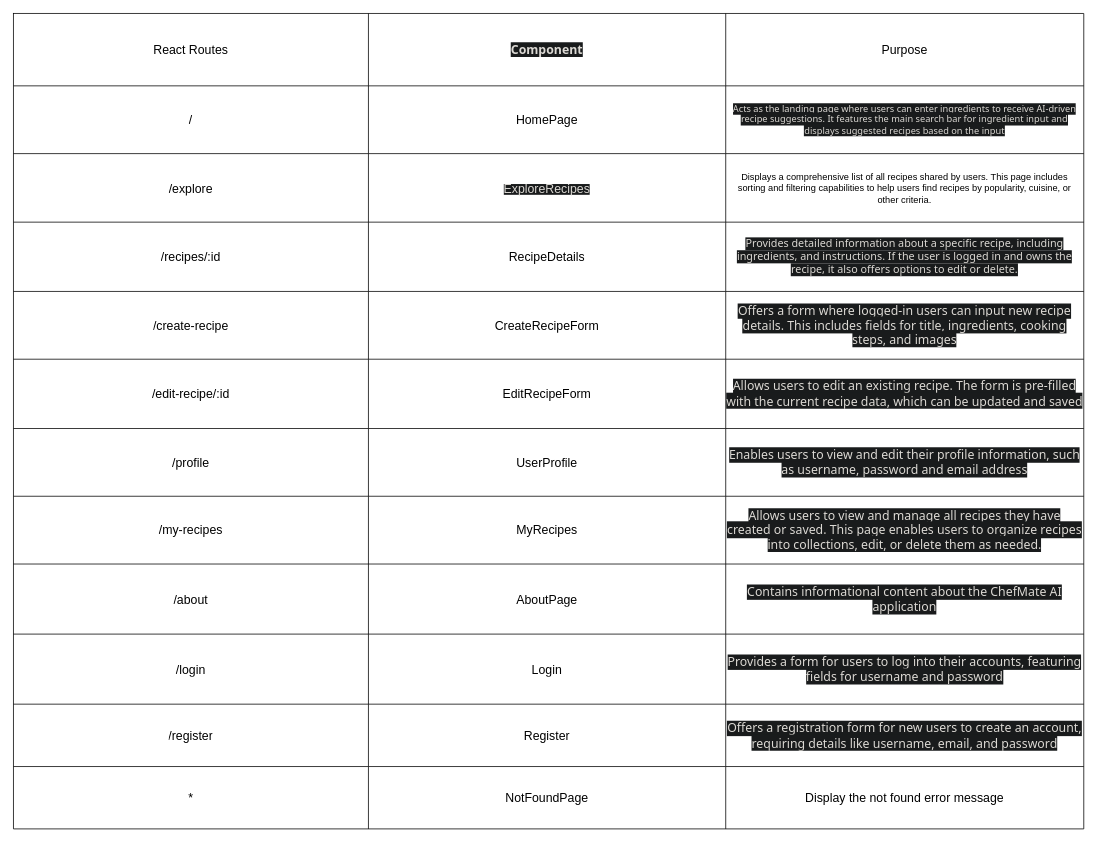
christopherthai/chefmate-ai keeps this draw.io diagram as planning/react-routes.drawio. Above is the earlier version. Source tidied: cells renumbered, new cells numbered last; positions are measured from the earlier drawing's top-left corner, leaving out a move shared by most shapes. Both pictures are drawn from the tidied source at 77%, with x=0, y=0 at pixel (13, 13).
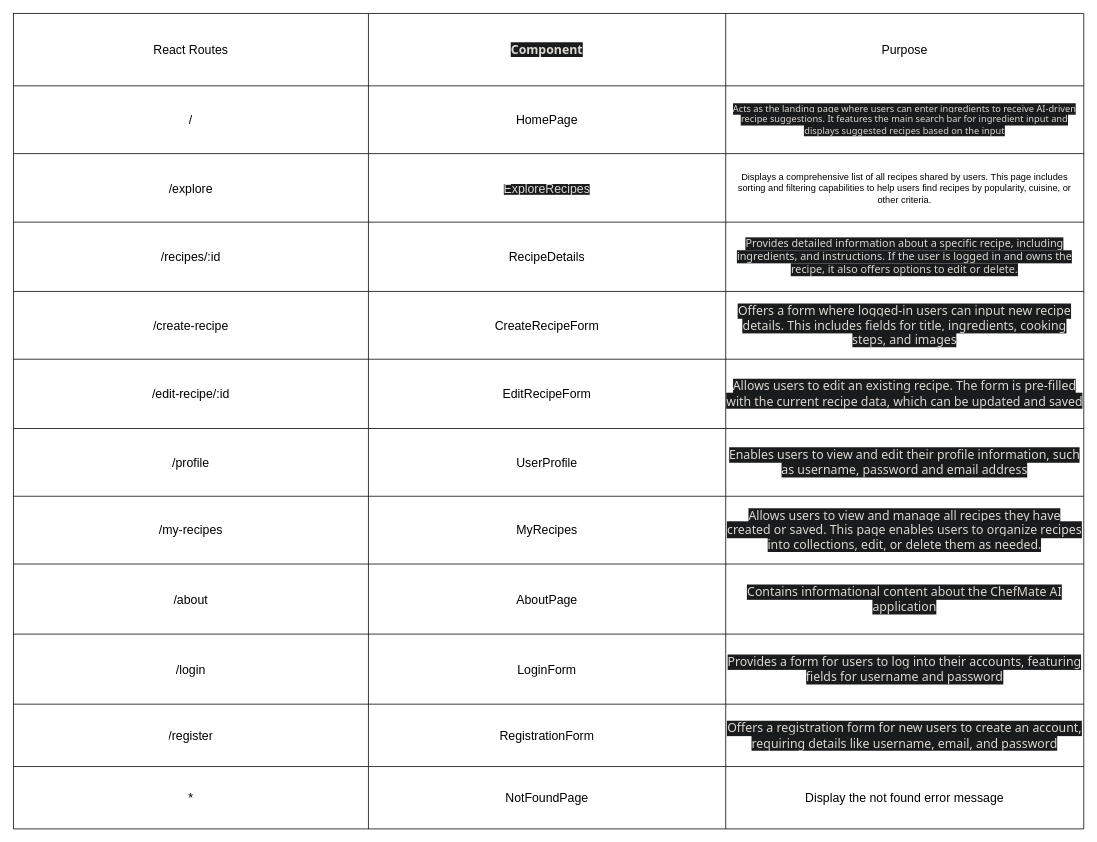
The same page after the edit.

The change refers to these unchanged cells:
```xml
<mxCell id="39" style="shape=tableRow;horizontal=0;startSize=0;swimlaneHead=0;swimlaneBody=0;top=0;left=0;bottom=0;right=0;fillColor=none;" parent="2" vertex="1">
  <mxGeometry y="806" width="1390" height="91" as="geometry" />
</mxCell>
<mxCell id="43" style="shape=tableRow;horizontal=0;startSize=0;swimlaneHead=0;swimlaneBody=0;top=0;left=0;bottom=0;right=0;fillColor=none;" parent="2" vertex="1">
  <mxGeometry y="897" width="1390" height="81" as="geometry" />
</mxCell>
```

The edit, as a diff of the source:
```diff
@@
-    <mxCell id="41" value="&lt;font style=&quot;font-size: 16px;&quot;&gt;Login&lt;/font&gt;" style="shape=partialRectangle;html=1;whiteSpace=wrap;fillColor=none;top=0;left=0;bottom=0;right=0;overflow=hidden;" parent="39" vertex="1">
+    <mxCell id="41" value="&lt;font style=&quot;font-size: 16px;&quot;&gt;LoginForm&lt;/font&gt;" style="shape=partialRectangle;html=1;whiteSpace=wrap;fillColor=none;top=0;left=0;bottom=0;right=0;overflow=hidden;" parent="39" vertex="1">
       <mxGeometry x="461" width="464" height="91" as="geometry" />
     </mxCell>
@@
-    <mxCell id="45" value="&lt;font style=&quot;font-size: 16px;&quot;&gt;Register&lt;/font&gt;" style="shape=partialRectangle;html=1;whiteSpace=wrap;fillColor=none;top=0;left=0;bottom=0;right=0;overflow=hidden;" parent="43" vertex="1">
+    <mxCell id="45" value="&lt;span style=&quot;font-size: 16px;&quot;&gt;RegistrationForm&lt;/span&gt;" style="shape=partialRectangle;html=1;whiteSpace=wrap;fillColor=none;top=0;left=0;bottom=0;right=0;overflow=hidden;" parent="43" vertex="1">
       <mxGeometry x="461" width="464" height="81" as="geometry" />
     </mxCell>
```
